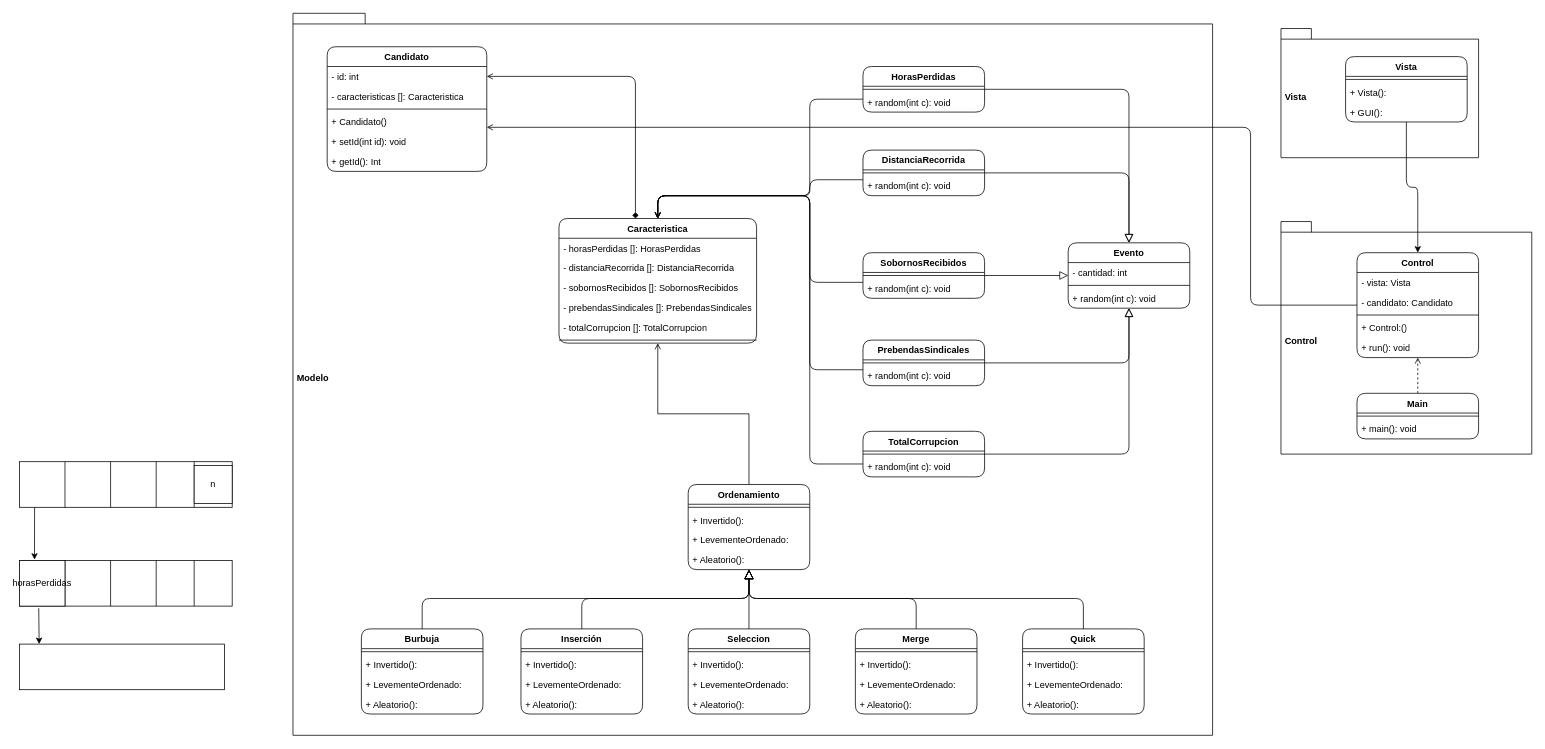
Earlier version of the draw.io diagram Ciencias - GestionCandidatos.drawio (steven010705/GestionCandidatos). Source tidied: cells renumbered, new cells numbered last; positions are measured from the earlier drawing's top-left corner, leaving out a move shared by most shapes. Both pictures are drawn from the tidied source at 76%, with x=0, y=0 at pixel (19, 13).
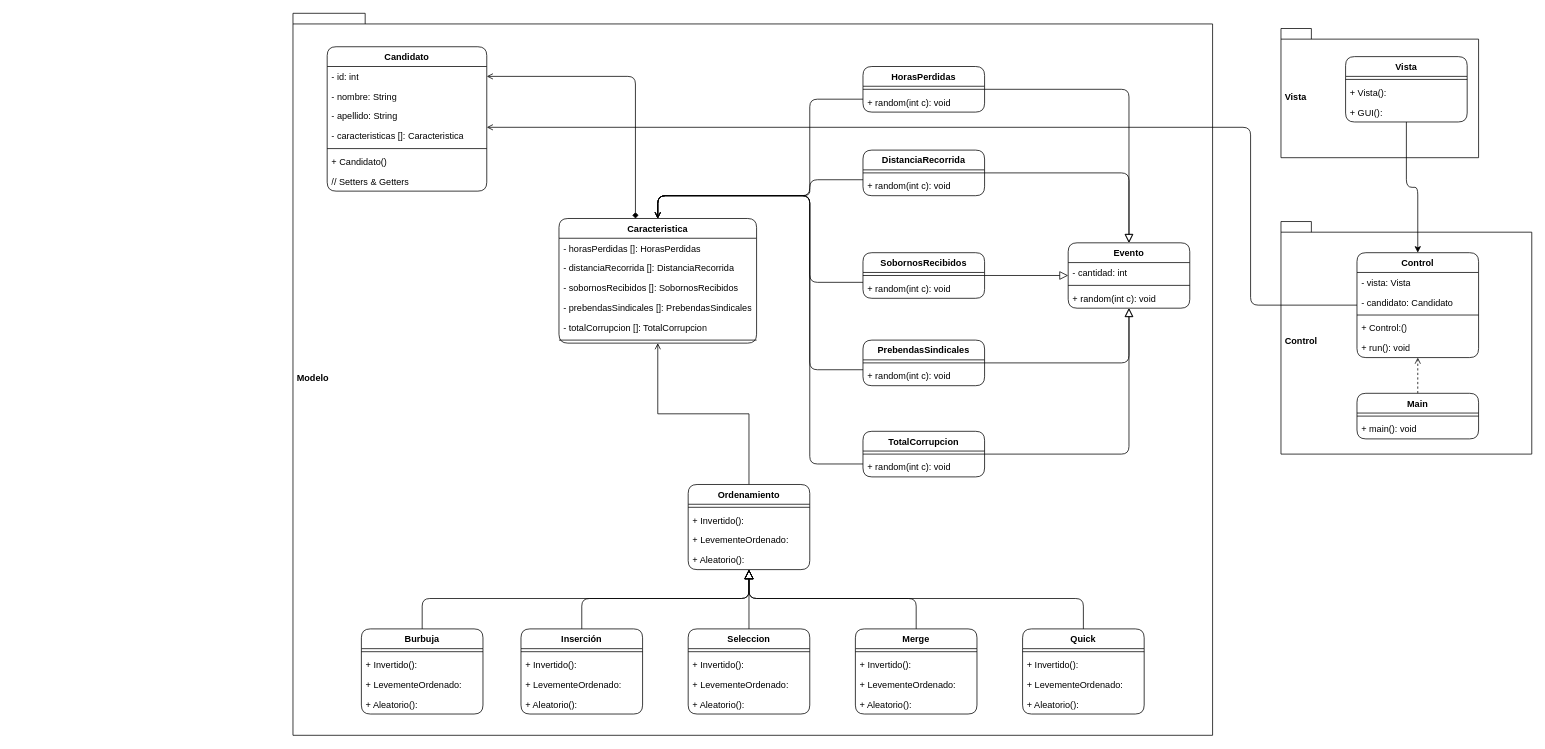
After the change.

Diff of the diagram source:
```diff
@@
     <mxCell id="5" value="Candidato" style="swimlane;fontStyle=1;align=center;verticalAlign=top;horizontal=1;startSize=26;whiteSpace=wrap;html=1;rounded=1;" parent="1" vertex="1">
-      <mxGeometry x="405" y="44" width="210" height="164" as="geometry" />
+      <mxGeometry x="405" y="44" width="210" height="190" as="geometry" />
     </mxCell>
@@
+    <mxCell id="116" value="- nombre: String" style="text;strokeColor=none;fillColor=none;align=left;verticalAlign=top;spacingLeft=4;spacingRight=4;overflow=hidden;whiteSpace=wrap;html=1;" parent="5" vertex="1">
+      <mxGeometry y="52" width="210" height="26" as="geometry" />
+    </mxCell>
+    <mxCell id="117" value="- apellido: String" style="text;strokeColor=none;fillColor=none;align=left;verticalAlign=top;spacingLeft=4;spacingRight=4;overflow=hidden;whiteSpace=wrap;html=1;" parent="5" vertex="1">
+      <mxGeometry y="78" width="210" height="26" as="geometry" />
+    </mxCell>
     <mxCell id="7" value="- caracteristicas []: Caracteristica" style="text;strokeColor=none;fillColor=none;align=left;verticalAlign=top;spacingLeft=4;spacingRight=4;overflow=hidden;whiteSpace=wrap;html=1;" parent="5" vertex="1">
-      <mxGeometry y="52" width="210" height="26" as="geometry" />
+      <mxGeometry y="104" width="210" height="26" as="geometry" />
     </mxCell>
     <mxCell id="8" style="line;strokeWidth=1;fillColor=none;align=left;verticalAlign=middle;spacingTop=-1;spacingLeft=3;spacingRight=3;labelPosition=right;strokeColor=inherit;" parent="5" vertex="1">
-      <mxGeometry y="78" width="210" height="8" as="geometry" />
+      <mxGeometry y="130" width="210" height="8" as="geometry" />
     </mxCell>
     <mxCell id="9" value="+ Candidato()" style="text;strokeColor=none;fillColor=none;align=left;verticalAlign=top;spacingLeft=4;spacingRight=4;overflow=hidden;whiteSpace=wrap;html=1;" parent="5" vertex="1">
-      <mxGeometry y="86" width="210" height="26" as="geometry" />
+      <mxGeometry y="138" width="210" height="26" as="geometry" />
     </mxCell>
-    <mxCell id="10" value="+ setId(int id): void" style="text;strokeColor=none;fillColor=none;align=left;verticalAlign=top;spacingLeft=4;spacingRight=4;overflow=hidden;whiteSpace=wrap;html=1;" parent="5" vertex="1">
-      <mxGeometry y="112" width="210" height="26" as="geometry" />
+    <mxCell id="10" value="// Setters &amp;amp; Getters" style="text;strokeColor=none;fillColor=none;align=left;verticalAlign=top;spacingLeft=4;spacingRight=4;overflow=hidden;whiteSpace=wrap;html=1;" parent="5" vertex="1">
+      <mxGeometry y="164" width="210" height="26" as="geometry" />
     </mxCell>
-    <mxCell id="11" value="+ getId(): Int" style="text;strokeColor=none;fillColor=none;align=left;verticalAlign=top;spacingLeft=4;spacingRight=4;overflow=hidden;whiteSpace=wrap;html=1;" parent="5" vertex="1">
-      <mxGeometry y="138" width="210" height="26" as="geometry" />
-    </mxCell>
@@
-    <mxCell id="24" style="rounded=0;whiteSpace=wrap;html=1;" parent="1" vertex="1">
-      <mxGeometry y="590" width="280" height="60" as="geometry" />
-    </mxCell>
-    <mxCell id="25" style="endArrow=none;html=1;" parent="1" edge="1" source="24">
-      <mxGeometry relative="1" as="geometry">
-        <mxPoint x="60" y="590" as="targetPoint" />
-        <Array as="points">
-          <mxPoint x="60" y="650" />
-        </Array>
-      </mxGeometry>
-    </mxCell>
-    <mxCell id="26" style="endArrow=none;html=1;" parent="1" edge="1">
-      <mxGeometry relative="1" as="geometry">
-        <mxPoint x="120" y="650" as="sourcePoint" />
-        <mxPoint x="120" y="590" as="targetPoint" />
-        <Array as="points">
-          <mxPoint x="120" y="650" />
-        </Array>
-      </mxGeometry>
-    </mxCell>
-    <mxCell id="27" style="endArrow=none;html=1;" parent="1" edge="1">
-      <mxGeometry relative="1" as="geometry">
-        <mxPoint x="180" y="650" as="sourcePoint" />
-        <mxPoint x="180" y="590" as="targetPoint" />
-        <Array as="points">
-          <mxPoint x="180" y="650" />
-        </Array>
-      </mxGeometry>
-    </mxCell>
-    <mxCell id="28" style="endArrow=none;html=1;" parent="1" edge="1">
-      <mxGeometry relative="1" as="geometry">
-        <mxPoint x="230" y="650" as="sourcePoint" />
-        <mxPoint x="230" y="590" as="targetPoint" />
-        <Array as="points">
-          <mxPoint x="230" y="650" />
-        </Array>
-      </mxGeometry>
-    </mxCell>
-    <mxCell id="29" value="n" style="whiteSpace=wrap;html=1;" parent="1" vertex="1">
-      <mxGeometry x="230" y="595" width="50" height="50" as="geometry" />
-    </mxCell>
-    <mxCell id="30" style="rounded=0;whiteSpace=wrap;html=1;" parent="1" vertex="1">
-      <mxGeometry y="720" width="280" height="60" as="geometry" />
-    </mxCell>
-    <mxCell id="31" style="endArrow=none;html=1;" parent="1" edge="1" source="30">
-      <mxGeometry relative="1" as="geometry">
-        <mxPoint x="60" y="720" as="targetPoint" />
-        <Array as="points">
-          <mxPoint x="60" y="780" />
-        </Array>
-      </mxGeometry>
-    </mxCell>
-    <mxCell id="32" style="endArrow=none;html=1;" parent="1" edge="1">
-      <mxGeometry relative="1" as="geometry">
-        <mxPoint x="120" y="780" as="sourcePoint" />
-        <mxPoint x="120" y="720" as="targetPoint" />
-        <Array as="points">
-          <mxPoint x="120" y="780" />
-        </Array>
-      </mxGeometry>
-    </mxCell>
-    <mxCell id="33" style="endArrow=none;html=1;" parent="1" edge="1">
-      <mxGeometry relative="1" as="geometry">
-        <mxPoint x="180" y="780" as="sourcePoint" />
-        <mxPoint x="180" y="720" as="targetPoint" />
-        <Array as="points">
-          <mxPoint x="180" y="780" />
-        </Array>
-      </mxGeometry>
-    </mxCell>
-    <mxCell id="34" style="endArrow=none;html=1;" parent="1" edge="1">
-      <mxGeometry relative="1" as="geometry">
-        <mxPoint x="230" y="780" as="sourcePoint" />
-        <mxPoint x="230" y="720" as="targetPoint" />
-        <Array as="points">
-          <mxPoint x="230" y="780" />
-        </Array>
-      </mxGeometry>
-    </mxCell>
-    <mxCell id="35" style="endArrow=classic;html=1;entryX=0.071;entryY=-0.017;entryDx=0;entryDy=0;entryPerimeter=0;" parent="1" edge="1" target="30">
-      <mxGeometry relative="1" as="geometry">
-        <mxPoint x="20" y="650" as="sourcePoint" />
-      </mxGeometry>
-    </mxCell>
-    <mxCell id="36" value="horasPerdidas" style="whiteSpace=wrap;html=1;" parent="1" vertex="1">
-      <mxGeometry y="720" width="60" height="60" as="geometry" />
-    </mxCell>
@@
-    <mxCell id="54" style="endArrow=classic;html=1;exitX=0.425;exitY=1.046;exitDx=0;exitDy=0;exitPerimeter=0;" parent="1" edge="1" source="36">
-      <mxGeometry relative="1" as="geometry">
-        <mxPoint x="26" y="830" as="targetPoint" />
-      </mxGeometry>
-    </mxCell>
-    <mxCell id="55" style="rounded=0;whiteSpace=wrap;html=1;" parent="1" vertex="1">
-      <mxGeometry y="830" width="270" height="60" as="geometry" />
-    </mxCell>
```
